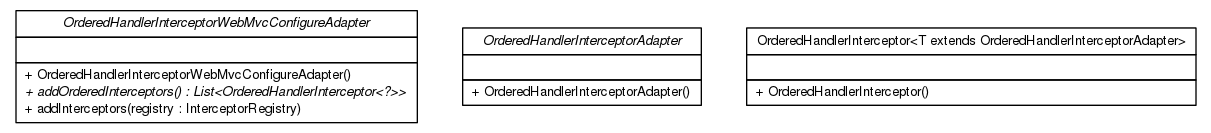
Earlier version of the Graphviz export release/build-docker/cloud-ready-parent/cloud-ready-parent-report-aggregate/apidocs/top/infra/web/servlet/handler/top.infra.web.servlet.handler.png (cloud-ready/cloud-ready). Its source is kept beside it as release/build-docker/cloud-ready-parent/cloud-ready-parent-report-aggregate/apidocs/top/infra/web/servlet/handler/top.infra.web.servlet.handler.dot. Source of this version:
```dot

digraph G {
	edge [fontname="Helvetica",fontsize=10,labelfontname="Helvetica",labelfontsize=10];
	node [fontname="Helvetica",fontsize=10,shape=plaintext];
	nodesep=0.25;
	ranksep=0.5;
	c0 [label=<<table title="top.infra.web.servlet.handler.OrderedHandlerInterceptorWebMvcConfigureAdapter" border="0" cellborder="1" cellspacing="0" cellpadding="2" port="p" href="./OrderedHandlerInterceptorWebMvcConfigureAdapter.html">
		<tr><td><table border="0" cellspacing="0" cellpadding="1">
<tr><td align="center" balign="center"><font face="Helvetica-Oblique"> OrderedHandlerInterceptorWebMvcConfigureAdapter </font></td></tr>
		</table></td></tr>
		<tr><td><table border="0" cellspacing="0" cellpadding="1">
<tr><td align="left" balign="left">  </td></tr>
		</table></td></tr>
		<tr><td><table border="0" cellspacing="0" cellpadding="1">
<tr><td align="left" balign="left"> + OrderedHandlerInterceptorWebMvcConfigureAdapter() </td></tr>
<tr><td align="left" balign="left"><font face="Helvetica-Oblique" point-size="10.0"> + addOrderedInterceptors() : List&lt;OrderedHandlerInterceptor&lt;?&gt;&gt; </font></td></tr>
<tr><td align="left" balign="left"> + addInterceptors(registry : InterceptorRegistry) </td></tr>
		</table></td></tr>
		</table>>, URL="./OrderedHandlerInterceptorWebMvcConfigureAdapter.html", fontname="Helvetica", fontcolor="black", fontsize=10.0];
	c1 [label=<<table title="top.infra.web.servlet.handler.OrderedHandlerInterceptorAdapter" border="0" cellborder="1" cellspacing="0" cellpadding="2" port="p" href="./OrderedHandlerInterceptorAdapter.html">
		<tr><td><table border="0" cellspacing="0" cellpadding="1">
<tr><td align="center" balign="center"><font face="Helvetica-Oblique"> OrderedHandlerInterceptorAdapter </font></td></tr>
		</table></td></tr>
		<tr><td><table border="0" cellspacing="0" cellpadding="1">
<tr><td align="left" balign="left">  </td></tr>
		</table></td></tr>
		<tr><td><table border="0" cellspacing="0" cellpadding="1">
<tr><td align="left" balign="left"> + OrderedHandlerInterceptorAdapter() </td></tr>
		</table></td></tr>
		</table>>, URL="./OrderedHandlerInterceptorAdapter.html", fontname="Helvetica", fontcolor="black", fontsize=10.0];
	c2 [label=<<table title="top.infra.web.servlet.handler.OrderedHandlerInterceptor" border="0" cellborder="1" cellspacing="0" cellpadding="2" port="p" href="./OrderedHandlerInterceptor.html">
		<tr><td><table border="0" cellspacing="0" cellpadding="1">
<tr><td align="center" balign="center"> OrderedHandlerInterceptor&lt;T extends OrderedHandlerInterceptorAdapter&gt; </td></tr>
		</table></td></tr>
		<tr><td><table border="0" cellspacing="0" cellpadding="1">
<tr><td align="left" balign="left">  </td></tr>
		</table></td></tr>
		<tr><td><table border="0" cellspacing="0" cellpadding="1">
<tr><td align="left" balign="left"> + OrderedHandlerInterceptor() </td></tr>
		</table></td></tr>
		</table>>, URL="./OrderedHandlerInterceptor.html", fontname="Helvetica", fontcolor="black", fontsize=10.0];
}
```
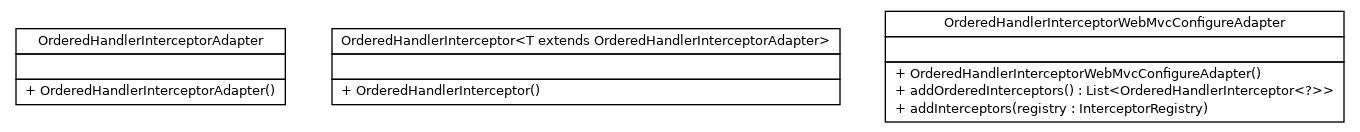
After the commit.

What changed in the source:
```diff
@@ -4,7 +4,29 @@
 	node [fontname="Helvetica",fontsize=10,shape=plaintext];
 	nodesep=0.25;
 	ranksep=0.5;
-	c0 [label=<<table title="top.infra.web.servlet.handler.OrderedHandlerInterceptorWebMvcConfigureAdapter" border="0" cellborder="1" cellspacing="0" cellpadding="2" port="p" href="./OrderedHandlerInterceptorWebMvcConfigureAdapter.html">
+	c0 [label=<<table title="top.infra.web.servlet.handler.OrderedHandlerInterceptorAdapter" border="0" cellborder="1" cellspacing="0" cellpadding="2" port="p" href="./OrderedHandlerInterceptorAdapter.html">
+		<tr><td><table border="0" cellspacing="0" cellpadding="1">
+<tr><td align="center" balign="center"><font face="Helvetica-Oblique"> OrderedHandlerInterceptorAdapter </font></td></tr>
+		</table></td></tr>
+		<tr><td><table border="0" cellspacing="0" cellpadding="1">
+<tr><td align="left" balign="left">  </td></tr>
+		</table></td></tr>
+		<tr><td><table border="0" cellspacing="0" cellpadding="1">
+<tr><td align="left" balign="left"> + OrderedHandlerInterceptorAdapter() </td></tr>
+		</table></td></tr>
+		</table>>, URL="./OrderedHandlerInterceptorAdapter.html", fontname="Helvetica", fontcolor="black", fontsize=10.0];
+	c1 [label=<<table title="top.infra.web.servlet.handler.OrderedHandlerInterceptor" border="0" cellborder="1" cellspacing="0" cellpadding="2" port="p" href="./OrderedHandlerInterceptor.html">
+		<tr><td><table border="0" cellspacing="0" cellpadding="1">
+<tr><td align="center" balign="center"> OrderedHandlerInterceptor&lt;T extends OrderedHandlerInterceptorAdapter&gt; </td></tr>
+		</table></td></tr>
+		<tr><td><table border="0" cellspacing="0" cellpadding="1">
+<tr><td align="left" balign="left">  </td></tr>
+		</table></td></tr>
+		<tr><td><table border="0" cellspacing="0" cellpadding="1">
+<tr><td align="left" balign="left"> + OrderedHandlerInterceptor() </td></tr>
+		</table></td></tr>
+		</table>>, URL="./OrderedHandlerInterceptor.html", fontname="Helvetica", fontcolor="black", fontsize=10.0];
+	c2 [label=<<table title="top.infra.web.servlet.handler.OrderedHandlerInterceptorWebMvcConfigureAdapter" border="0" cellborder="1" cellspacing="0" cellpadding="2" port="p" href="./OrderedHandlerInterceptorWebMvcConfigureAdapter.html">
 		<tr><td><table border="0" cellspacing="0" cellpadding="1">
 <tr><td align="center" balign="center"><font face="Helvetica-Oblique"> OrderedHandlerInterceptorWebMvcConfigureAdapter </font></td></tr>
 		</table></td></tr>
@@ -17,26 +39,4 @@
 <tr><td align="left" balign="left"> + addInterceptors(registry : InterceptorRegistry) </td></tr>
 		</table></td></tr>
 		</table>>, URL="./OrderedHandlerInterceptorWebMvcConfigureAdapter.html", fontname="Helvetica", fontcolor="black", fontsize=10.0];
-	c1 [label=<<table title="top.infra.web.servlet.handler.OrderedHandlerInterceptorAdapter" border="0" cellborder="1" cellspacing="0" cellpadding="2" port="p" href="./OrderedHandlerInterceptorAdapter.html">
-		<tr><td><table border="0" cellspacing="0" cellpadding="1">
-<tr><td align="center" balign="center"><font face="Helvetica-Oblique"> OrderedHandlerInterceptorAdapter </font></td></tr>
-		</table></td></tr>
-		<tr><td><table border="0" cellspacing="0" cellpadding="1">
-<tr><td align="left" balign="left">  </td></tr>
-		</table></td></tr>
-		<tr><td><table border="0" cellspacing="0" cellpadding="1">
-<tr><td align="left" balign="left"> + OrderedHandlerInterceptorAdapter() </td></tr>
-		</table></td></tr>
-		</table>>, URL="./OrderedHandlerInterceptorAdapter.html", fontname="Helvetica", fontcolor="black", fontsize=10.0];
-	c2 [label=<<table title="top.infra.web.servlet.handler.OrderedHandlerInterceptor" border="0" cellborder="1" cellspacing="0" cellpadding="2" port="p" href="./OrderedHandlerInterceptor.html">
-		<tr><td><table border="0" cellspacing="0" cellpadding="1">
-<tr><td align="center" balign="center"> OrderedHandlerInterceptor&lt;T extends OrderedHandlerInterceptorAdapter&gt; </td></tr>
-		</table></td></tr>
-		<tr><td><table border="0" cellspacing="0" cellpadding="1">
-<tr><td align="left" balign="left">  </td></tr>
-		</table></td></tr>
-		<tr><td><table border="0" cellspacing="0" cellpadding="1">
-<tr><td align="left" balign="left"> + OrderedHandlerInterceptor() </td></tr>
-		</table></td></tr>
-		</table>>, URL="./OrderedHandlerInterceptor.html", fontname="Helvetica", fontcolor="black", fontsize=10.0];
 }
```
